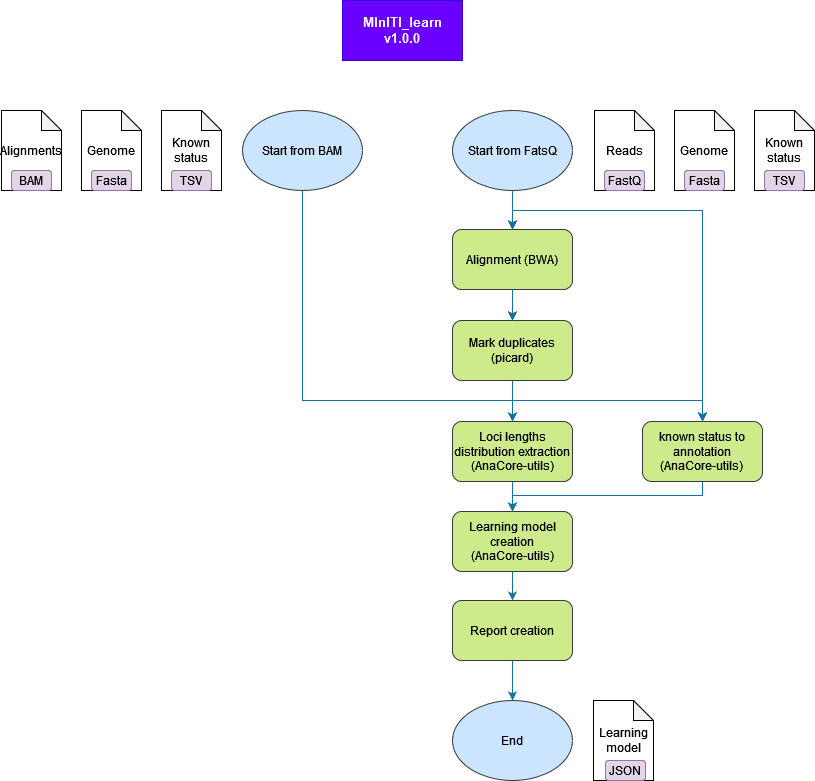
The draw.io diagram doc/img/wf/MInITI_learn.png in bialimed/MInITI, before a commit. Source tidied: cells renumbered, new cells last; positions are measured from the earlier drawing's top-left corner, leaving out a move shared by most shapes.
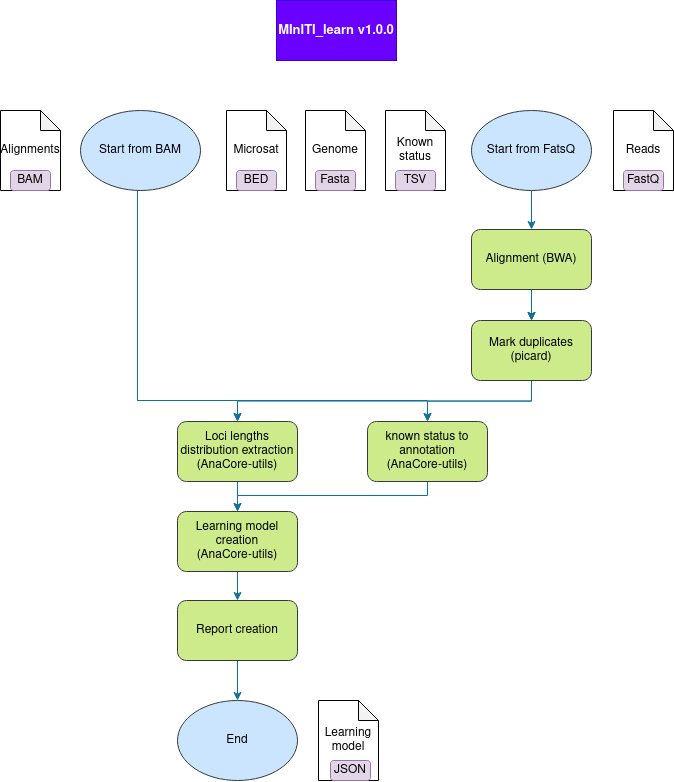
Above is the later version.

Change to the diagram source:
```diff
@@ -5,37 +5,26 @@
     <mxCell id="2" value="Learning model" style="shape=note;whiteSpace=wrap;html=1;backgroundOutline=1;darkOpacity=0.05;size=20;" parent="1" vertex="1">
       <mxGeometry x="592" y="700" width="60" height="80" as="geometry" />
     </mxCell>
-    <mxCell id="3" value="Known status" style="shape=note;whiteSpace=wrap;html=1;backgroundOutline=1;darkOpacity=0.05;size=20;" parent="1" vertex="1">
-      <mxGeometry x="753" y="110" width="60" height="80" as="geometry" />
-    </mxCell>
-    <mxCell id="4" value="Genome" style="shape=note;whiteSpace=wrap;html=1;backgroundOutline=1;darkOpacity=0.05;size=20;" parent="1" vertex="1">
-      <mxGeometry x="673" y="110" width="60" height="80" as="geometry" />
-    </mxCell>
-    <mxCell id="5" style="edgeStyle=orthogonalEdgeStyle;rounded=0;jettySize=auto;html=1;exitX=0.5;exitY=1;exitDx=0;exitDy=0;entryX=0.5;entryY=0;entryDx=0;entryDy=0;" parent="1" edge="1" source="7" target="9">
+    <mxCell id="5" style="edgeStyle=orthogonalEdgeStyle;rounded=0;jettySize=auto;html=1;exitX=0.5;exitY=1;exitDx=0;exitDy=0;entryX=0.5;entryY=0;entryDx=0;entryDy=0;fillColor=#b1ddf0;strokeColor=#10739e;" parent="1" edge="1" source="7" target="9">
       <mxGeometry relative="1" as="geometry" />
     </mxCell>
-    <mxCell id="6" style="edgeStyle=orthogonalEdgeStyle;rounded=0;jettySize=auto;html=1;exitX=0.5;exitY=1;exitDx=0;exitDy=0;entryX=0.5;entryY=0;entryDx=0;entryDy=0;fillColor=#bac8d3;strokeColor=#23445d;" parent="1" edge="1" source="7" target="19">
-      <mxGeometry relative="1" as="geometry">
-        <Array as="points">
-          <mxPoint x="511" y="210" />
-          <mxPoint x="701" y="210" />
-        </Array>
-      </mxGeometry>
-    </mxCell>
     <mxCell id="7" value="Start from FatsQ" style="ellipse;whiteSpace=wrap;html=1;fillColor=#cce5ff;strokeColor=#36393d;" parent="1" vertex="1">
-      <mxGeometry x="451" y="110" width="120" height="80" as="geometry" />
+      <mxGeometry x="745" y="110" width="120" height="80" as="geometry" />
     </mxCell>
     <mxCell id="8" style="edgeStyle=orthogonalEdgeStyle;rounded=0;jettySize=auto;html=1;exitX=0.5;exitY=1;exitDx=0;exitDy=0;entryX=0.5;entryY=0;entryDx=0;entryDy=0;" parent="1" edge="1" source="9" target="11">
       <mxGeometry relative="1" as="geometry" />
     </mxCell>
     <mxCell id="9" value="Alignment (BWA)" style="rounded=1;whiteSpace=wrap;html=1;fillColor=#cdeb8b;strokeColor=#36393d;" parent="1" vertex="1">
-      <mxGeometry x="451" y="229" width="120" height="60" as="geometry" />
+      <mxGeometry x="745" y="229" width="120" height="60" as="geometry" />
     </mxCell>
     <mxCell id="10" style="edgeStyle=orthogonalEdgeStyle;rounded=0;jettySize=auto;html=1;exitX=0.5;exitY=1;exitDx=0;exitDy=0;entryX=0.5;entryY=0;entryDx=0;entryDy=0;fillColor=#b1ddf0;strokeColor=#10739e;" parent="1" edge="1" source="11" target="13">
       <mxGeometry relative="1" as="geometry" />
     </mxCell>
+    <mxCell id="39" style="edgeStyle=orthogonalEdgeStyle;rounded=0;jettySize=auto;html=1;exitX=0.5;exitY=1;exitDx=0;exitDy=0;entryX=0.5;entryY=0;entryDx=0;entryDy=0;fillColor=#b1ddf0;strokeColor=#10739e;" parent="1" edge="1" source="11" target="19">
+      <mxGeometry relative="1" as="geometry" />
+    </mxCell>
     <mxCell id="11" value="Mark duplicates (picard)" style="rounded=1;whiteSpace=wrap;html=1;fillColor=#cdeb8b;strokeColor=#36393d;" parent="1" vertex="1">
-      <mxGeometry x="451" y="320" width="120" height="60" as="geometry" />
+      <mxGeometry x="745" y="320" width="120" height="60" as="geometry" />
     </mxCell>
     <mxCell id="12" style="edgeStyle=orthogonalEdgeStyle;rounded=0;jettySize=auto;html=1;exitX=0.5;exitY=1;exitDx=0;exitDy=0;entryX=0.5;entryY=0;entryDx=0;entryDy=0;fillColor=#b1ddf0;strokeColor=#10739e;" parent="1" edge="1" source="13" target="15">
       <mxGeometry relative="1" as="geometry" />
@@ -70,12 +59,13 @@
       <mxGeometry x="451" y="700" width="120" height="80" as="geometry" />
     </mxCell>
     <mxCell id="21" value="Reads" style="shape=note;whiteSpace=wrap;html=1;backgroundOutline=1;darkOpacity=0.05;size=20;" parent="1" vertex="1">
-      <mxGeometry x="593" y="110" width="60" height="80" as="geometry" />
+      <mxGeometry x="887" y="110" width="60" height="80" as="geometry" />
     </mxCell>
     <mxCell id="22" style="edgeStyle=orthogonalEdgeStyle;rounded=0;jettySize=auto;html=1;exitX=0.5;exitY=1;exitDx=0;exitDy=0;fillColor=#b1ddf0;strokeColor=#10739e;" parent="1" edge="1" source="24" target="19">
       <mxGeometry relative="1" as="geometry">
         <Array as="points">
-          <mxPoint x="301" y="400" />
+          <mxPoint x="411" y="190" />
+          <mxPoint x="411" y="400" />
           <mxPoint x="701" y="400" />
         </Array>
       </mxGeometry>
@@ -83,68 +73,53 @@
     <mxCell id="23" style="edgeStyle=orthogonalEdgeStyle;rounded=0;jettySize=auto;html=1;exitX=0.5;exitY=1;exitDx=0;exitDy=0;fillColor=#b1ddf0;strokeColor=#10739e;" parent="1" edge="1" source="24" target="13">
       <mxGeometry relative="1" as="geometry">
         <Array as="points">
-          <mxPoint x="301" y="400" />
+          <mxPoint x="411" y="190" />
+          <mxPoint x="411" y="400" />
           <mxPoint x="511" y="400" />
         </Array>
       </mxGeometry>
     </mxCell>
     <mxCell id="24" value="Start from BAM" style="ellipse;whiteSpace=wrap;html=1;fillColor=#cce5ff;strokeColor=#36393d;" parent="1" vertex="1">
-      <mxGeometry x="241" y="110" width="120" height="80" as="geometry" />
+      <mxGeometry x="354" y="110" width="120" height="80" as="geometry" />
     </mxCell>
     <mxCell id="25" value="FastQ" style="rounded=1;whiteSpace=wrap;html=1;fillColor=#e1d5e7;strokeColor=#9673a6;" parent="1" vertex="1">
-      <mxGeometry x="603" y="170" width="40" height="20" as="geometry" />
+      <mxGeometry x="897" y="170" width="40" height="20" as="geometry" />
     </mxCell>
-    <mxCell id="26" value="Fasta" style="rounded=1;whiteSpace=wrap;html=1;fillColor=#e1d5e7;strokeColor=#9673a6;" parent="1" vertex="1">
-      <mxGeometry x="683" y="170" width="40" height="20" as="geometry" />
-    </mxCell>
-    <mxCell id="27" value="TSV" style="rounded=1;whiteSpace=wrap;html=1;fillColor=#e1d5e7;strokeColor=#9673a6;" parent="1" vertex="1">
-      <mxGeometry x="763" y="170" width="40" height="20" as="geometry" />
-    </mxCell>
     <mxCell id="28" value="JSON" style="rounded=1;whiteSpace=wrap;html=1;fillColor=#e1d5e7;strokeColor=#9673a6;" parent="1" vertex="1">
       <mxGeometry x="604" y="760" width="40" height="20" as="geometry" />
     </mxCell>
     <mxCell id="29" value="Known status" style="shape=note;whiteSpace=wrap;html=1;backgroundOutline=1;darkOpacity=0.05;size=20;" parent="1" vertex="1">
-      <mxGeometry x="160" y="110" width="60" height="80" as="geometry" />
+      <mxGeometry x="659" y="110" width="60" height="80" as="geometry" />
     </mxCell>
     <mxCell id="30" value="Genome" style="shape=note;whiteSpace=wrap;html=1;backgroundOutline=1;darkOpacity=0.05;size=20;" parent="1" vertex="1">
-      <mxGeometry x="80" y="110" width="60" height="80" as="geometry" />
+      <mxGeometry x="579" y="110" width="60" height="80" as="geometry" />
     </mxCell>
     <mxCell id="31" value="Alignments" style="shape=note;whiteSpace=wrap;html=1;backgroundOutline=1;darkOpacity=0.05;size=20;" parent="1" vertex="1">
-      <mxGeometry y="110" width="60" height="80" as="geometry" />
+      <mxGeometry x="274" y="110" width="60" height="80" as="geometry" />
     </mxCell>
     <mxCell id="32" value="BAM" style="rounded=1;whiteSpace=wrap;html=1;fillColor=#e1d5e7;strokeColor=#9673a6;" parent="1" vertex="1">
-      <mxGeometry x="10" y="170" width="40" height="20" as="geometry" />
+      <mxGeometry x="284" y="170" width="40" height="20" as="geometry" />
     </mxCell>
     <mxCell id="33" value="Fasta" style="rounded=1;whiteSpace=wrap;html=1;fillColor=#e1d5e7;strokeColor=#9673a6;" parent="1" vertex="1">
-      <mxGeometry x="90" y="170" width="40" height="20" as="geometry" />
+      <mxGeometry x="589" y="170" width="40" height="20" as="geometry" />
     </mxCell>
     <mxCell id="34" value="TSV" style="rounded=1;whiteSpace=wrap;html=1;fillColor=#e1d5e7;strokeColor=#9673a6;" parent="1" vertex="1">
-      <mxGeometry x="170" y="170" width="40" height="20" as="geometry" />
+      <mxGeometry x="669" y="170" width="40" height="20" as="geometry" />
     </mxCell>
     <mxCell id="35" value="MInITI_learn v1.0.0" style="rounded=0;whiteSpace=wrap;html=1;fillColor=#6a00ff;strokeColor=#3700CC;fontColor=#ffffff;fontSize=13;fontStyle=1;" parent="1" vertex="1">
-      <mxGeometry x="341" width="120" height="60" as="geometry" />
+      <mxGeometry x="550" width="120" height="60" as="geometry" />
     </mxCell>
-    <mxCell id="36" style="edgeStyle=orthogonalEdgeStyle;rounded=0;orthogonalLoop=1;jettySize=auto;html=1;exitX=0.5;exitY=1;exitDx=0;exitDy=0;entryX=0.5;entryY=0;entryDx=0;entryDy=0;fillColor=#b1ddf0;strokeColor=#10739e;" parent="1" edge="1">
-      <mxGeometry relative="1" as="geometry">
-        <mxPoint x="511" y="190" as="sourcePoint" />
-        <mxPoint x="701" y="421" as="targetPoint" />
-        <Array as="points">
-          <mxPoint x="511" y="210" />
-          <mxPoint x="701" y="210" />
-        </Array>
-      </mxGeometry>
-    </mxCell>
     <mxCell id="37" style="edgeStyle=orthogonalEdgeStyle;rounded=0;orthogonalLoop=1;jettySize=auto;html=1;exitX=0.5;exitY=1;exitDx=0;exitDy=0;entryX=0.5;entryY=0;entryDx=0;entryDy=0;fillColor=#b1ddf0;strokeColor=#10739e;" parent="1" edge="1">
       <mxGeometry relative="1" as="geometry">
-        <mxPoint x="511" y="289" as="sourcePoint" />
-        <mxPoint x="511" y="320" as="targetPoint" />
+        <mxPoint x="805" y="289" as="sourcePoint" />
+        <mxPoint x="805" y="320" as="targetPoint" />
       </mxGeometry>
     </mxCell>
-    <mxCell id="38" style="edgeStyle=orthogonalEdgeStyle;rounded=0;orthogonalLoop=1;jettySize=auto;html=1;exitX=0.5;exitY=1;exitDx=0;exitDy=0;entryX=0.5;entryY=0;entryDx=0;entryDy=0;fillColor=#b1ddf0;strokeColor=#10739e;" parent="1" edge="1">
-      <mxGeometry relative="1" as="geometry">
-        <mxPoint x="511" y="190" as="sourcePoint" />
-        <mxPoint x="511" y="229" as="targetPoint" />
-      </mxGeometry>
-    </mxCell>
+    <mxCell id="40" value="Microsat" style="shape=note;whiteSpace=wrap;html=1;backgroundOutline=1;darkOpacity=0.05;size=20;" parent="1" vertex="1">
+      <mxGeometry x="500" y="110" width="60" height="80" as="geometry" />
+    </mxCell>
+    <mxCell id="41" value="BED" style="rounded=1;whiteSpace=wrap;html=1;fillColor=#e1d5e7;strokeColor=#9673a6;" parent="1" vertex="1">
+      <mxGeometry x="510" y="170" width="40" height="20" as="geometry" />
+    </mxCell>
   </root>
 </mxGraphModel>
```
